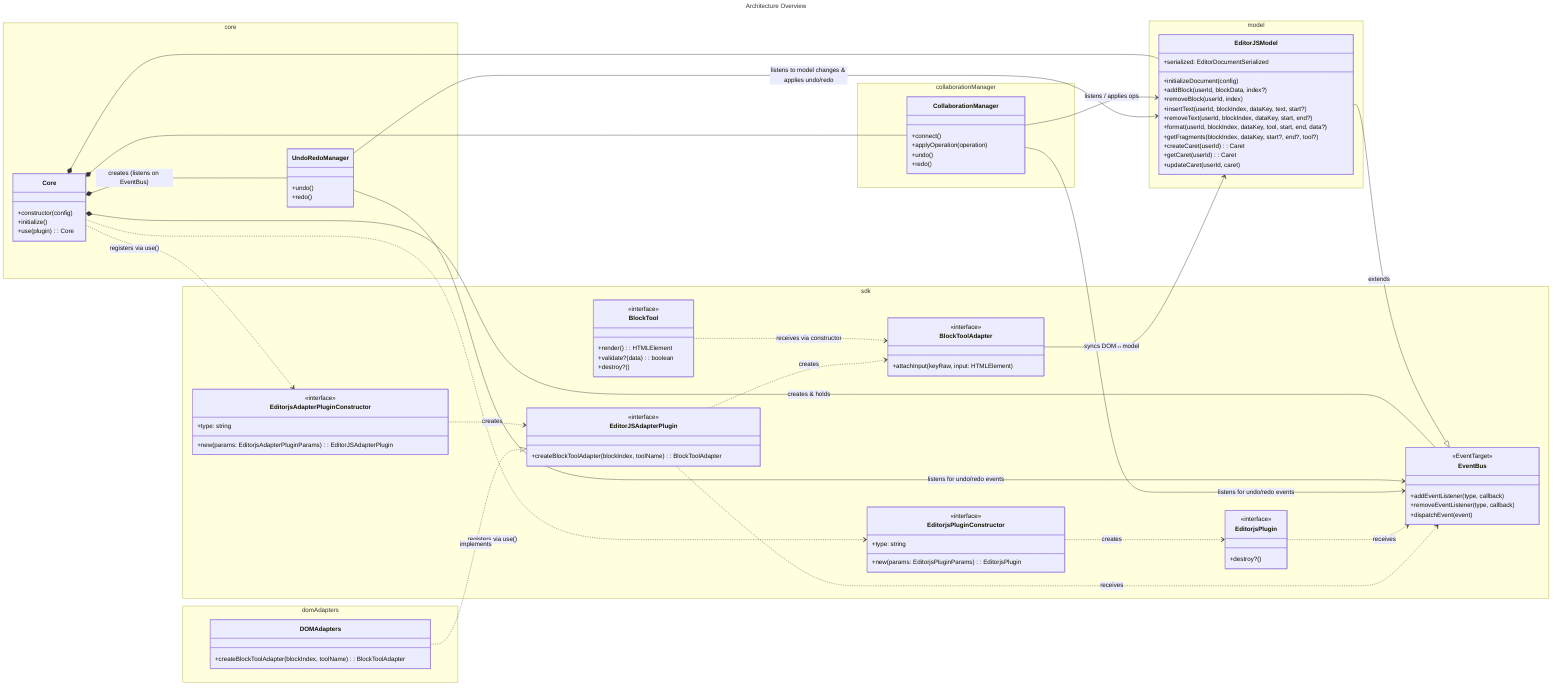
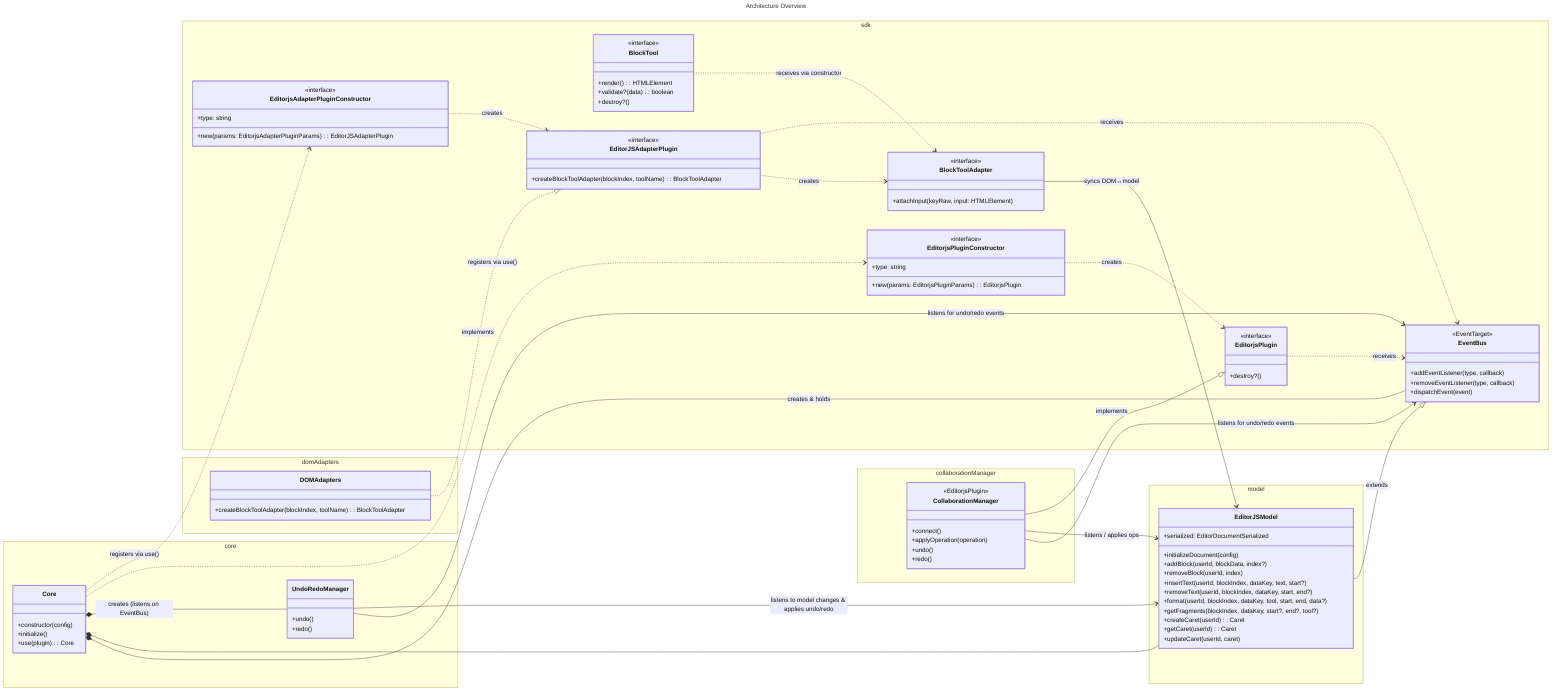
---
title: Architecture Overview

---
%% See: ../architecture.md
classDiagram
  direction LR


  %% Layer 0 — Contracts  (@editorjs/sdk)
  namespace sdk {

    class EventBus {
      <<EventTarget>>
      +addEventListener(type, callback)
      +removeEventListener(type, callback)
      +dispatchEvent(event)
    }

    class BlockToolAdapter {
      <<interface>>
      +attachInput(keyRaw, input: HTMLElement)
    }

    class BlockTool {
      <<interface>>
      +render(): HTMLElement
      +validate?(data): boolean
      +destroy?()
    }

    class EditorjsPlugin {
      <<interface>>
      +destroy?()
    }

    class EditorjsPluginConstructor {
      <<interface>>
      +type: string
      +new(params: EditorjsPluginParams): EditorjsPlugin
    }

    class EditorJSAdapterPlugin {
      <<interface>>
      +createBlockToolAdapter(blockIndex, toolName): BlockToolAdapter
    }

    class EditorjsAdapterPluginConstructor {
      <<interface>>
      +type: string
      +new(params: EditorjsAdapterPluginParams): EditorJSAdapterPlugin
    }
  }

  %% Layer 1 — Data model  (@editorjs/model)
  namespace model {
    class EditorJSModel {
      +serialized: EditorDocumentSerialized
      +initializeDocument(config)
      +addBlock(userId, blockData, index?)
      +removeBlock(userId, index)
      +insertText(userId, blockIndex, dataKey, text, start?)
      +removeText(userId, blockIndex, dataKey, start, end?)
      +format(userId, blockIndex, dataKey, tool, start, end, data?)
      +getFragments(blockIndex, dataKey, start?, end?, tool?)
      +createCaret(userId): Caret
      +getCaret(userId): Caret
      +updateCaret(userId, caret)
    }
  }

  %% Layer 2a — DOM binding  (@editorjs/dom-adapters)
  namespace domAdapters {
    class DOMAdapters {
      +createBlockToolAdapter(blockIndex, toolName): BlockToolAdapter
    }
  }

-   %% Layer 2b — Collaboration  (@editorjs/collaboration-manager)
+   %% Layer 2b — Collaboration plugin  (@editorjs/collaboration-manager)
  namespace collaborationManager {
    class CollaborationManager {
+       <<EditorjsPlugin>>
      +connect()
      +applyOperation(operation)
      +undo()
      +redo()
    }
  }

  %% Layer 3 — Orchestrator  (@editorjs/core)
  namespace core {
    class Core {
      +constructor(config)
      +initialize()
      +use(plugin): Core
    }

    class UndoRedoManager {
      +undo()
      +redo()
    }
  }

  %% Infrastructure relations
  EditorJSModel --|> EventBus : extends
  Core *-- EventBus : creates & holds

  %% Core — owns & wires
  Core *-- EditorJSModel
-   Core *-- CollaborationManager
  Core *-- UndoRedoManager : creates (listens on EventBus)
  Core ..> EditorjsPluginConstructor : registers via use()
  Core ..> EditorjsAdapterPluginConstructor : registers via use()

  %% Undo handlers
  UndoRedoManager --> EventBus : listens for undo/redo events
  CollaborationManager --> EventBus : listens for undo/redo events

  %% Model interactions
  CollaborationManager --> EditorJSModel : listens / applies ops
  UndoRedoManager --> EditorJSModel : listens to model changes & applies undo/redo
  BlockToolAdapter --> EditorJSModel : syncs DOM↔model

  %% Tool contracts
  BlockTool ..> BlockToolAdapter : receives via constructor

  %% Plugin contracts
  EditorjsPluginConstructor ..> EditorjsPlugin : creates
  EditorjsPlugin ..> EventBus : receives
+   CollaborationManager --|> EditorjsPlugin : implements

  %% Adapter plugin contracts
  EditorjsAdapterPluginConstructor ..> EditorJSAdapterPlugin : creates
  DOMAdapters ..|> EditorJSAdapterPlugin : implements
  EditorJSAdapterPlugin ..> BlockToolAdapter : creates
  EditorJSAdapterPlugin ..> EventBus : receives
